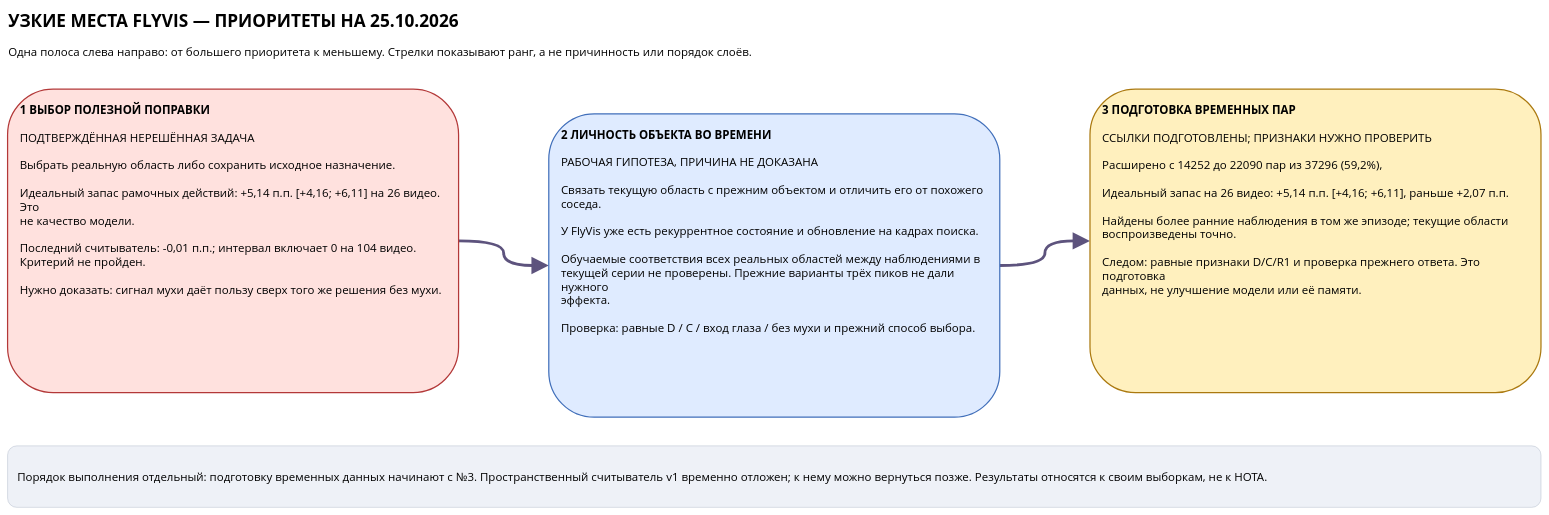
Earlier version of the draw.io diagram page "Узкие места — приоритеты" (2 of 2) of dissertation/architecture/FlyVis_architecture.drawio (Azidaan/FlyNight). Source tidied: cells renumbered, new cells numbered last; positions are measured from the earlier drawing's top-left corner, leaving out a move shared by most shapes. Both pictures are drawn from the tidied source at 41%, with x=0, y=0 at pixel (7, 7).
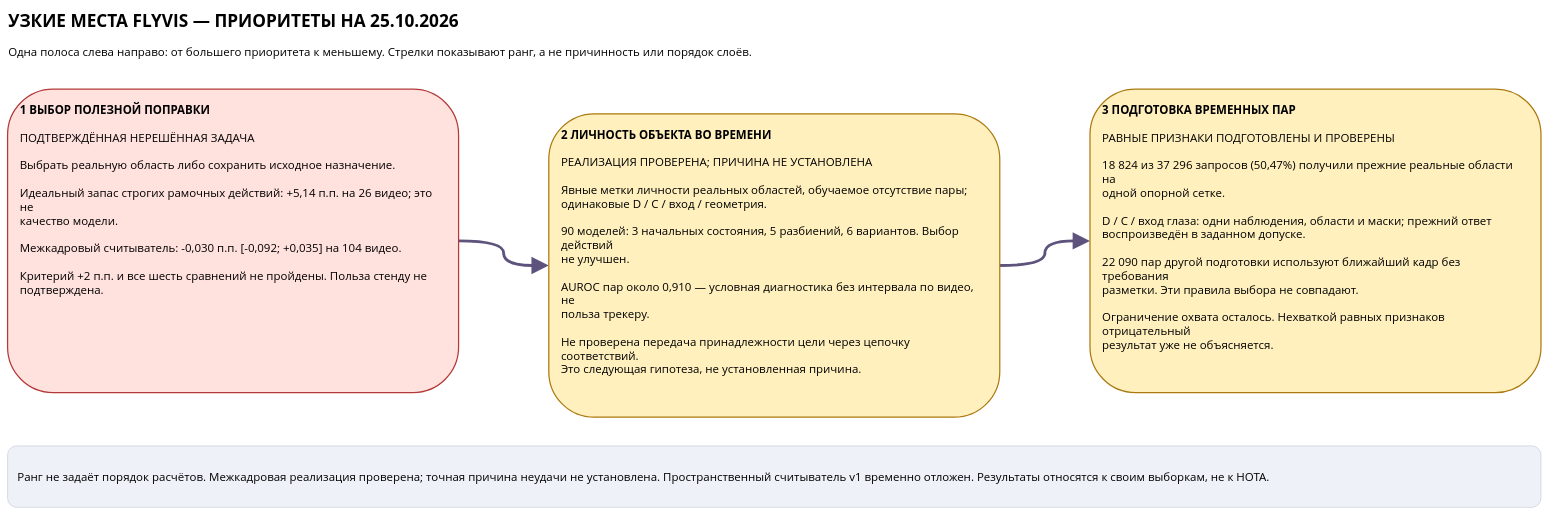
After the change.

The edit, as a diff of the source:
```diff
@@
 <mxGraphModel>
   <root>
     <mxCell id="0" />
     <mxCell id="1" parent="0" />
     <mxCell id="2" value="УЗКИЕ МЕСТА FLYVIS — ПРИОРИТЕТЫ НА 25.10.2026" style="text;html=1;align=left;fontSize=42;fontStyle=1;fontFamily=Segoe UI;" parent="1" vertex="1">
       <mxGeometry width="3740" height="75" as="geometry" />
     </mxCell>
     <mxCell id="3" value="Одна полоса слева направо: от большего приоритета к меньшему. Стрелки показывают ранг, а не причинность или порядок слоёв." style="text;html=1;align=left;whiteSpace=wrap;fontSize=28;fontFamily=Segoe UI;" parent="1" vertex="1">
       <mxGeometry y="85" width="3740" height="75" as="geometry" />
     </mxCell>
     <mxCell id="4" style="edgeStyle=orthogonalEdgeStyle;curved=1;rounded=1;endArrow=block;endFill=1;endSize=24;strokeColor=#5D537D;strokeWidth=7;exitX=1;exitY=0.5;entryX=0;entryY=0.5;" parent="1" edge="1" source="6" target="7">
       <mxGeometry relative="1" as="geometry" />
     </mxCell>
     <mxCell id="5" style="edgeStyle=orthogonalEdgeStyle;curved=1;rounded=1;endArrow=block;endFill=1;endSize=24;strokeColor=#5D537D;strokeWidth=7;exitX=1;exitY=0.5;entryX=0;entryY=0.5;" parent="1" edge="1" source="7" target="8">
       <mxGeometry relative="1" as="geometry" />
     </mxCell>
-    <mxCell id="6" value="&lt;b&gt;1 ВЫБОР ПОЛЕЗНОЙ ПОПРАВКИ&lt;/b&gt;&lt;br&gt;&lt;br&gt;ПОДТВЕРЖДЁННАЯ НЕРЕШЁННАЯ ЗАДАЧА&lt;br&gt;&lt;br&gt;Выбрать реальную область либо сохранить исходное назначение.&lt;br&gt;&lt;br&gt;Идеальный запас рамочных действий: +5,14 п.п. [+4,16; +6,11] на 26 видео. Это&lt;br&gt;не качество модели.&lt;br&gt;&lt;br&gt;Последний считыватель: -0,01 п.п.; интервал включает 0 на 104 видео.&lt;br&gt;Критерий не пройден.&lt;br&gt;&lt;br&gt;Нужно доказать: сигнал мухи даёт пользу сверх того же решения без мухи." style="rounded=1;whiteSpace=wrap;html=1;align=left;verticalAlign=top;spacing=30;fontSize=28;fontFamily=Segoe UI;fillColor=#FFE1DE;strokeColor=#B33838;strokeWidth=3;" parent="1" vertex="1">
+    <mxCell id="6" value="&lt;b&gt;1 ВЫБОР ПОЛЕЗНОЙ ПОПРАВКИ&lt;/b&gt;&lt;br&gt;&lt;br&gt;ПОДТВЕРЖДЁННАЯ НЕРЕШЁННАЯ ЗАДАЧА&lt;br&gt;&lt;br&gt;Выбрать реальную область либо сохранить исходное назначение.&lt;br&gt;&lt;br&gt;Идеальный запас строгих рамочных действий: +5,14 п.п. на 26 видео; это не&lt;br&gt;качество модели.&lt;br&gt;&lt;br&gt;Межкадровый считыватель: -0,030 п.п. [-0,092; +0,035] на 104 видео.&lt;br&gt;&lt;br&gt;Критерий +2 п.п. и все шесть сравнений не пройдены. Польза стенду не&lt;br&gt;подтверждена." style="rounded=1;whiteSpace=wrap;html=1;align=left;verticalAlign=top;spacing=30;fontSize=28;fontFamily=Segoe UI;fillColor=#FFE1DE;strokeColor=#B33838;strokeWidth=3;" parent="1" vertex="1">
       <mxGeometry y="200" width="1100" height="740" as="geometry" />
     </mxCell>
-    <mxCell id="7" value="&lt;b&gt;2 ЛИЧНОСТЬ ОБЪЕКТА ВО ВРЕМЕНИ&lt;/b&gt;&lt;br&gt;&lt;br&gt;РАБОЧАЯ ГИПОТЕЗА, ПРИЧИНА НЕ ДОКАЗАНА&lt;br&gt;&lt;br&gt;Связать текущую область с прежним объектом и отличить его от похожего&lt;br&gt;соседа.&lt;br&gt;&lt;br&gt;У FlyVis уже есть рекуррентное состояние и обновление на кадрах поиска.&lt;br&gt;&lt;br&gt;Обучаемые соответствия всех реальных областей между наблюдениями в&lt;br&gt;текущей серии не проверены. Прежние варианты трёх пиков не дали нужного&lt;br&gt;эффекта.&lt;br&gt;&lt;br&gt;Проверка: равные D / C / вход глаза / без мухи и прежний способ выбора." style="rounded=1;whiteSpace=wrap;html=1;align=left;verticalAlign=top;spacing=30;fontSize=28;fontFamily=Segoe UI;fillColor=#DFEBFF;strokeColor=#416FBA;strokeWidth=3;" parent="1" vertex="1">
+    <mxCell id="7" value="&lt;b&gt;2 ЛИЧНОСТЬ ОБЪЕКТА ВО ВРЕМЕНИ&lt;/b&gt;&lt;br&gt;&lt;br&gt;РЕАЛИЗАЦИЯ ПРОВЕРЕНА; ПРИЧИНА НЕ УСТАНОВЛЕНА&lt;br&gt;&lt;br&gt;Явные метки личности реальных областей, обучаемое отсутствие пары;&lt;br&gt;одинаковые D / C / вход / геометрия.&lt;br&gt;&lt;br&gt;90 моделей: 3 начальных состояния, 5 разбиений, 6 вариантов. Выбор действий&lt;br&gt;не улучшен.&lt;br&gt;&lt;br&gt;AUROC пар около 0,910 — условная диагностика без интервала по видео, не&lt;br&gt;польза трекеру.&lt;br&gt;&lt;br&gt;Не проверена передача принадлежности цели через цепочку соответствий.&lt;br&gt;Это следующая гипотеза, не установленная причина." style="rounded=1;whiteSpace=wrap;html=1;align=left;verticalAlign=top;spacing=30;fontSize=28;fontFamily=Segoe UI;fillColor=#FFF0BE;strokeColor=#AB790F;strokeWidth=3;" parent="1" vertex="1">
       <mxGeometry x="1320" y="260" width="1100" height="740" as="geometry" />
     </mxCell>
-    <mxCell id="8" value="&lt;b&gt;3 ПОДГОТОВКА ВРЕМЕННЫХ ПАР&lt;/b&gt;&lt;br&gt;&lt;br&gt;ССЫЛКИ ПОДГОТОВЛЕНЫ; ПРИЗНАКИ НУЖНО ПРОВЕРИТЬ&lt;br&gt;&lt;br&gt;Расширено с 14252 до 22090 пар из 37296 (59,2%),&lt;br&gt;&lt;br&gt;Идеальный запас на 26 видео: +5,14 п.п. [+4,16; +6,11], раньше +2,07 п.п.&lt;br&gt;&lt;br&gt;Найдены более ранние наблюдения в том же эпизоде; текущие области&lt;br&gt;воспроизведены точно.&lt;br&gt;&lt;br&gt;Следом: равные признаки D/C/R1 и проверка прежнего ответа. Это подготовка&lt;br&gt;данных, не улучшение модели или её памяти." style="rounded=1;whiteSpace=wrap;html=1;align=left;verticalAlign=top;spacing=30;fontSize=28;fontFamily=Segoe UI;fillColor=#FFF0BE;strokeColor=#AB790F;strokeWidth=3;" parent="1" vertex="1">
+    <mxCell id="8" value="&lt;b&gt;3 ПОДГОТОВКА ВРЕМЕННЫХ ПАР&lt;/b&gt;&lt;br&gt;&lt;br&gt;РАВНЫЕ ПРИЗНАКИ ПОДГОТОВЛЕНЫ И ПРОВЕРЕНЫ&lt;br&gt;&lt;br&gt;18 824 из 37 296 запросов (50,47%) получили прежние реальные области на&lt;br&gt;одной опорной сетке.&lt;br&gt;&lt;br&gt;D / C / вход глаза: одни наблюдения, области и маски; прежний ответ&lt;br&gt;воспроизведён в заданном допуске.&lt;br&gt;&lt;br&gt;22 090 пар другой подготовки используют ближайший кадр без требования&lt;br&gt;разметки. Эти правила выбора не совпадают.&lt;br&gt;&lt;br&gt;Ограничение охвата осталось. Нехваткой равных признаков отрицательный&lt;br&gt;результат уже не объясняется." style="rounded=1;whiteSpace=wrap;html=1;align=left;verticalAlign=top;spacing=30;fontSize=28;fontFamily=Segoe UI;fillColor=#FFF0BE;strokeColor=#AB790F;strokeWidth=3;" parent="1" vertex="1">
       <mxGeometry x="2640" y="200" width="1100" height="740" as="geometry" />
     </mxCell>
-    <mxCell id="9" value="Порядок выполнения отдельный: подготовку временных данных начинают с №3. Пространственный считыватель v1 временно отложен; к нему можно вернуться позже. Результаты относятся к своим выборкам, не к HOTA." style="rounded=1;html=1;whiteSpace=wrap;align=left;verticalAlign=middle;spacing=24;fontSize=28;fontFamily=Segoe UI;fillColor=#EEF1F7;strokeColor=#A5AFC0;" parent="1" vertex="1">
+    <mxCell id="9" value="Ранг не задаёт порядок расчётов. Межкадровая реализация проверена; точная причина неудачи не установлена. Пространственный считыватель v1 временно отложен. Результаты относятся к своим выборкам, не к HOTA." style="rounded=1;html=1;whiteSpace=wrap;align=left;verticalAlign=middle;spacing=24;fontSize=28;fontFamily=Segoe UI;fillColor=#EEF1F7;strokeColor=#A5AFC0;" parent="1" vertex="1">
       <mxGeometry y="1070" width="3740" height="150" as="geometry" />
     </mxCell>
   </root>
 </mxGraphModel>
```
